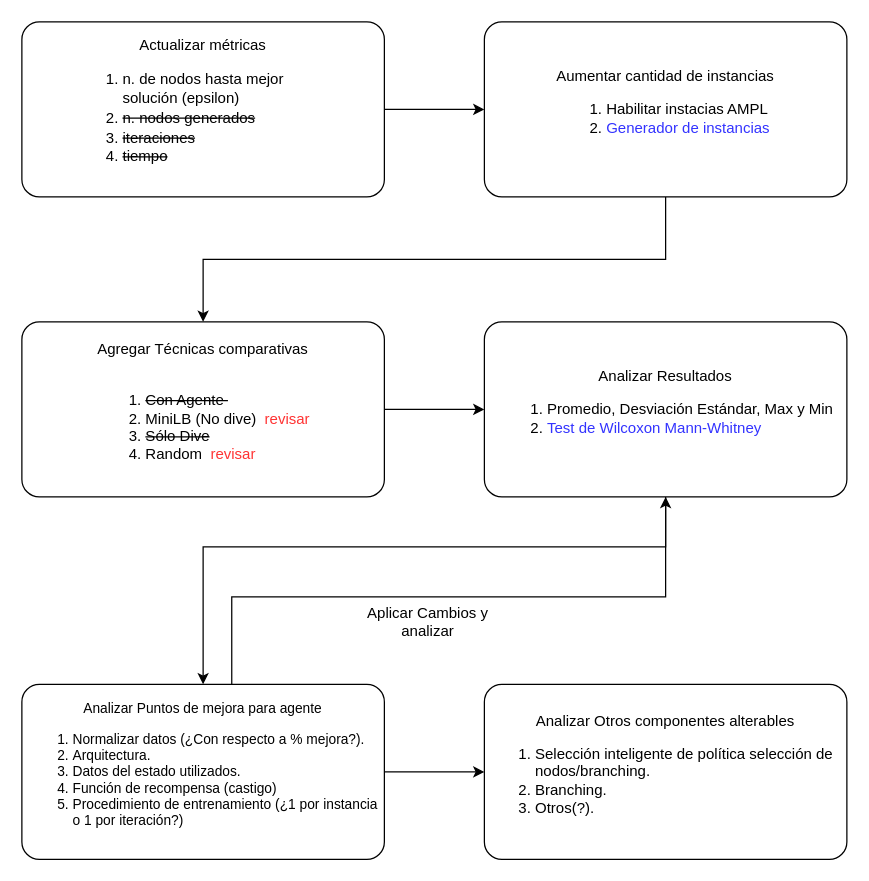
Earlier version of the draw.io diagram page "Tareas pendientes y futuras" (3 of 3) of Doctorado/Tesis.drawio (acetoacetato/diagramas). Source tidied: cells renumbered, new cells numbered last; positions are measured from the earlier drawing's top-left corner, leaving out a move shared by most shapes. Both pictures are drawn from the tidied source at 125%, with x=0, y=0 at pixel (21, 21).
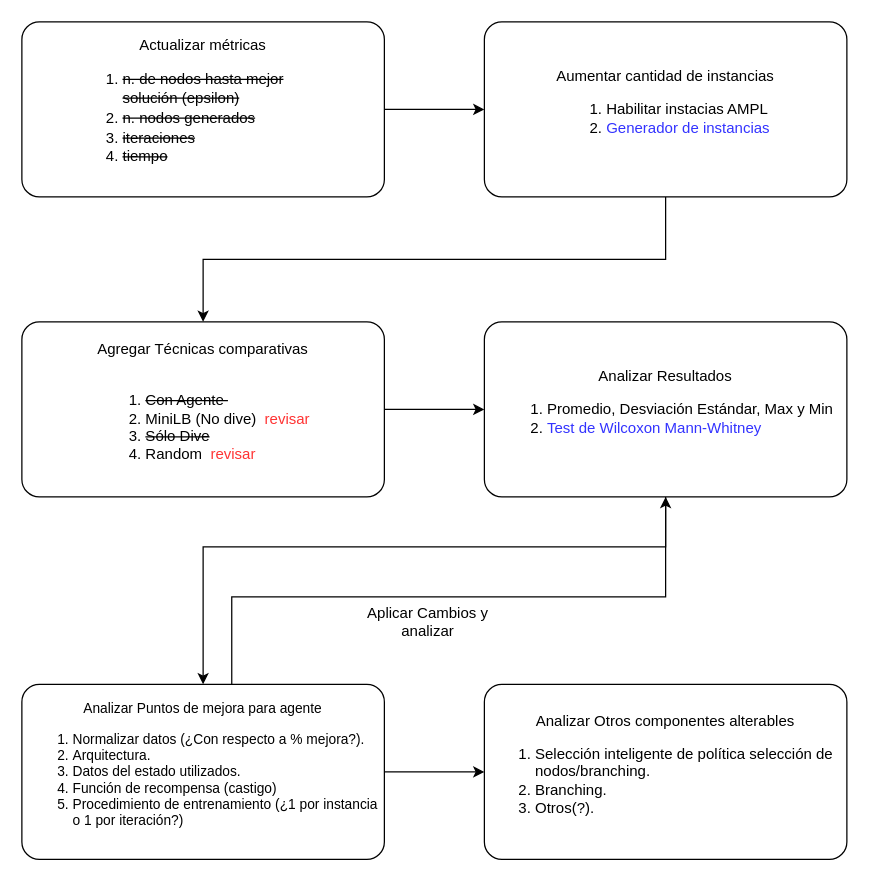
Above is the later version.

Commit message:
Completado n iter hasta encontrar óptimo

Change to the diagram source:
```diff
@@
 <mxGraphModel>
   <root>
     <mxCell id="0" />
     <mxCell id="1" parent="0" />
     <mxCell id="2" style="edgeStyle=orthogonalEdgeStyle;rounded=0;jettySize=auto;html=1;exitX=1;exitY=0.5;exitDx=0;exitDy=0;entryX=0;entryY=0.5;entryDx=0;entryDy=0;" parent="1" edge="1" source="3" target="7">
       <mxGeometry relative="1" as="geometry" />
     </mxCell>
-    <mxCell id="3" value="&lt;div&gt;Actualizar métricas&lt;/div&gt;&lt;blockquote&gt;&lt;div align=&quot;left&quot;&gt;&lt;ol style=&quot;line-height: 130%&quot;&gt;&lt;li&gt;n. de nodos hasta mejor solución (epsilon)&lt;/li&gt;&lt;li&gt;&lt;strike&gt;n. nodos generados&lt;/strike&gt;&lt;/li&gt;&lt;li&gt;&lt;strike&gt;iteraciones&lt;/strike&gt;&lt;/li&gt;&lt;li&gt;&lt;strike&gt;tiempo&lt;/strike&gt;&lt;/li&gt;&lt;/ol&gt;&lt;/div&gt;&lt;/blockquote&gt;" style="rounded=1;whiteSpace=wrap;html=1;arcSize=10;" parent="1" vertex="1">
+    <mxCell id="3" value="&lt;div&gt;Actualizar métricas&lt;/div&gt;&lt;blockquote&gt;&lt;div align=&quot;left&quot;&gt;&lt;ol style=&quot;line-height: 130%&quot;&gt;&lt;li&gt;&lt;strike&gt;n. de nodos hasta mejor solución (epsilon)&lt;/strike&gt;&lt;/li&gt;&lt;li&gt;&lt;strike&gt;n. nodos generados&lt;/strike&gt;&lt;/li&gt;&lt;li&gt;&lt;strike&gt;iteraciones&lt;/strike&gt;&lt;/li&gt;&lt;li&gt;&lt;strike&gt;tiempo&lt;/strike&gt;&lt;/li&gt;&lt;/ol&gt;&lt;/div&gt;&lt;/blockquote&gt;" style="rounded=1;whiteSpace=wrap;html=1;arcSize=10;" parent="1" vertex="1">
       <mxGeometry width="290" height="140" as="geometry" />
     </mxCell>
     <mxCell id="4" style="edgeStyle=orthogonalEdgeStyle;rounded=0;jettySize=auto;html=1;exitX=1;exitY=0.5;exitDx=0;exitDy=0;entryX=0;entryY=0.5;entryDx=0;entryDy=0;" parent="1" edge="1" source="5" target="9">
       <mxGeometry relative="1" as="geometry" />
     </mxCell>
     <mxCell id="5" value="&lt;div&gt;Agregar Técnicas comparativas&lt;/div&gt;&lt;div&gt;&lt;br&gt;&lt;/div&gt;&lt;div align=&quot;left&quot;&gt;&lt;ol&gt;&lt;li&gt;&lt;strike&gt;Con Agente&amp;nbsp; &lt;/strike&gt;&lt;br&gt;&lt;/li&gt;&lt;li&gt;MiniLB (No dive)&amp;nbsp; &lt;font color=&quot;#FF3333&quot;&gt;revisar&lt;/font&gt;&lt;br&gt;&lt;/li&gt;&lt;li&gt;&lt;strike&gt;Sólo Dive&lt;/strike&gt;&lt;/li&gt;&lt;li&gt;Random&amp;nbsp; &lt;font color=&quot;#FF3333&quot;&gt;revisar&lt;/font&gt;&lt;/li&gt;&lt;/ol&gt;&lt;/div&gt;" style="rounded=1;whiteSpace=wrap;html=1;arcSize=10;" parent="1" vertex="1">
       <mxGeometry y="240" width="290" height="140" as="geometry" />
     </mxCell>
     <mxCell id="6" style="edgeStyle=orthogonalEdgeStyle;rounded=0;jettySize=auto;html=1;exitX=0.5;exitY=1;exitDx=0;exitDy=0;entryX=0.5;entryY=0;entryDx=0;entryDy=0;" parent="1" edge="1" source="7" target="5">
       <mxGeometry relative="1" as="geometry" />
     </mxCell>
     <mxCell id="7" value="&lt;div&gt;Aumentar cantidad de instancias&lt;br&gt;&lt;/div&gt;&lt;div align=&quot;left&quot;&gt;&lt;ol&gt;&lt;li&gt;Habilitar instacias AMPL&lt;/li&gt;&lt;li&gt;&lt;font color=&quot;#3333FF&quot;&gt;Generador de instancias&lt;/font&gt;&lt;br&gt;&lt;/li&gt;&lt;/ol&gt;&lt;/div&gt;" style="rounded=1;whiteSpace=wrap;html=1;arcSize=10;" parent="1" vertex="1">
       <mxGeometry x="370" width="290" height="140" as="geometry" />
     </mxCell>
     <mxCell id="8" style="edgeStyle=orthogonalEdgeStyle;rounded=0;jettySize=auto;html=1;exitX=0.5;exitY=1;exitDx=0;exitDy=0;" parent="1" edge="1" source="9" target="13">
       <mxGeometry relative="1" as="geometry">
         <Array as="points">
           <mxPoint x="515" y="420" />
           <mxPoint x="145" y="420" />
         </Array>
       </mxGeometry>
     </mxCell>
     <mxCell id="9" value="&lt;div&gt;Analizar Resultados&lt;br&gt;&lt;/div&gt;&lt;div align=&quot;left&quot;&gt;&lt;ol&gt;&lt;li&gt;Promedio, Desviación Estándar, Max y Min&lt;/li&gt;&lt;li&gt;&lt;font color=&quot;#3333FF&quot;&gt;Test de Wilcoxon Mann-Whitney&lt;/font&gt;&lt;/li&gt;&lt;/ol&gt;&lt;/div&gt;" style="rounded=1;whiteSpace=wrap;html=1;arcSize=10;" parent="1" vertex="1">
       <mxGeometry x="370" y="240" width="290" height="140" as="geometry" />
     </mxCell>
     <mxCell id="10" value="&lt;div&gt;Analizar Otros componentes alterables&lt;br&gt;&lt;/div&gt;&lt;div align=&quot;left&quot;&gt;&lt;ol&gt;&lt;li&gt;Selección inteligente de política selección de nodos/branching.&lt;/li&gt;&lt;li&gt;Branching.&lt;/li&gt;&lt;li&gt;Otros(?).&lt;br&gt;&lt;/li&gt;&lt;/ol&gt;&lt;/div&gt;" style="rounded=1;whiteSpace=wrap;html=1;arcSize=10;" parent="1" vertex="1">
       <mxGeometry x="370" y="530" width="290" height="140" as="geometry" />
     </mxCell>
     <mxCell id="11" style="edgeStyle=orthogonalEdgeStyle;rounded=0;jettySize=auto;html=1;exitX=0.579;exitY=0.007;exitDx=0;exitDy=0;exitPerimeter=0;" parent="1" edge="1" source="13" target="9">
       <mxGeometry relative="1" as="geometry">
         <Array as="points">
           <mxPoint x="168" y="460" />
           <mxPoint x="515" y="460" />
         </Array>
       </mxGeometry>
     </mxCell>
     <mxCell id="12" style="edgeStyle=orthogonalEdgeStyle;rounded=0;jettySize=auto;html=1;entryX=0;entryY=0.5;entryDx=0;entryDy=0;" parent="1" edge="1" source="13" target="10">
       <mxGeometry relative="1" as="geometry" />
     </mxCell>
     <mxCell id="13" value="&lt;div style=&quot;font-size: 11px&quot;&gt;&lt;font style=&quot;font-size: 11px&quot;&gt;Analizar Puntos de mejora para agente&lt;/font&gt;&lt;/div&gt;&lt;div style=&quot;font-size: 11px&quot; align=&quot;left&quot;&gt;&lt;ol&gt;&lt;li&gt;&lt;font style=&quot;font-size: 11px&quot;&gt;Normalizar datos (¿Con respecto a % mejora?).&lt;br&gt;&lt;/font&gt;&lt;/li&gt;&lt;li&gt;&lt;font style=&quot;font-size: 11px&quot;&gt;Arquitectura.&lt;/font&gt;&lt;/li&gt;&lt;li&gt;&lt;font style=&quot;font-size: 11px&quot;&gt;Datos del estado utilizados.&lt;br&gt;&lt;/font&gt;&lt;/li&gt;&lt;li&gt;&lt;font style=&quot;font-size: 11px&quot;&gt;Función de recompensa (castigo)&lt;/font&gt;&lt;/li&gt;&lt;li&gt;&lt;font style=&quot;font-size: 11px&quot;&gt;Procedimiento de entrenamiento (¿1 por instancia o 1 por iteración?)&lt;/font&gt;&lt;/li&gt;&lt;/ol&gt;&lt;/div&gt;" style="rounded=1;whiteSpace=wrap;html=1;arcSize=10;" parent="1" vertex="1">
       <mxGeometry y="530" width="290" height="140" as="geometry" />
     </mxCell>
     <mxCell id="14" value="Aplicar Cambios y analizar" style="text;html=1;strokeColor=none;fillColor=none;align=center;verticalAlign=middle;whiteSpace=wrap;rounded=0;" parent="1" vertex="1">
       <mxGeometry x="270" y="470" width="110" height="20" as="geometry" />
     </mxCell>
   </root>
 </mxGraphModel>
```
